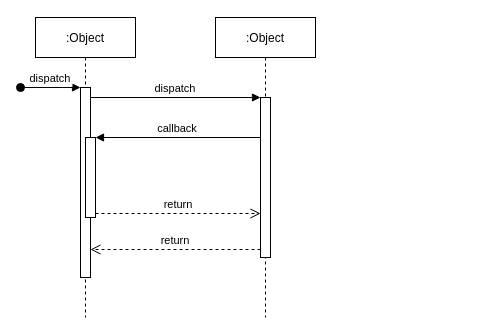
Above: 未命名绘图.drawio in wangchengxu/How-To-Ask-Questions-The-Smart-Way (draw.io), before the change. Source tidied: cells renumbered, new cells numbered last; positions are measured from the earlier drawing's top-left corner, leaving out a move shared by most shapes. Both pictures are drawn from the tidied source at 100%, with x=0, y=0 at pixel (20, 17).
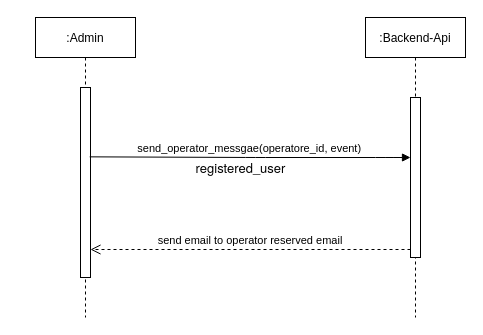
After the change.

Commit message (it also covers changes not shown here):
send operator message.drawio

Change to the diagram source:
```diff
@@
 <mxGraphModel>
   <root>
     <mxCell id="0" />
     <mxCell id="1" parent="0" />
-    <mxCell id="2" value=":Object" style="shape=umlLifeline;perimeter=lifelinePerimeter;rounded=0;shadow=0;strokeWidth=1;" parent="1" vertex="1">
+    <mxCell id="2" value=":Admin" style="shape=umlLifeline;perimeter=lifelinePerimeter;rounded=0;shadow=0;strokeWidth=1;" parent="1" vertex="1">
       <mxGeometry x="15" width="100" height="300" as="geometry" />
     </mxCell>
     <mxCell id="3" style="points=[];perimeter=orthogonalPerimeter;rounded=0;shadow=0;strokeWidth=1;" parent="2" vertex="1">
       <mxGeometry x="45" y="70" width="10" height="190" as="geometry" />
     </mxCell>
-    <mxCell id="4" value="dispatch" style="verticalAlign=bottom;startArrow=oval;endArrow=block;startSize=8;shadow=0;strokeWidth=1;" parent="2" edge="1" target="3">
-      <mxGeometry relative="1" as="geometry">
-        <mxPoint x="-15" y="70" as="sourcePoint" />
-      </mxGeometry>
-    </mxCell>
-    <mxCell id="5" style="points=[];perimeter=orthogonalPerimeter;rounded=0;shadow=0;strokeWidth=1;" parent="2" vertex="1">
-      <mxGeometry x="50" y="120" width="10" height="80" as="geometry" />
-    </mxCell>
-    <mxCell id="6" value=":Object" style="shape=umlLifeline;perimeter=lifelinePerimeter;rounded=0;shadow=0;strokeWidth=1;" parent="1" vertex="1">
-      <mxGeometry x="195" width="100" height="300" as="geometry" />
+    <mxCell id="6" value=":Backend-Api" style="shape=umlLifeline;perimeter=lifelinePerimeter;rounded=0;shadow=0;strokeWidth=1;" parent="1" vertex="1">
+      <mxGeometry x="345" width="100" height="300" as="geometry" />
     </mxCell>
     <mxCell id="7" style="points=[];perimeter=orthogonalPerimeter;rounded=0;shadow=0;strokeWidth=1;" parent="6" vertex="1">
       <mxGeometry x="45" y="80" width="10" height="160" as="geometry" />
     </mxCell>
-    <mxCell id="8" value="return" style="verticalAlign=bottom;endArrow=open;dashed=1;endSize=8;exitX=0;exitY=0.95;shadow=0;strokeWidth=1;" parent="1" edge="1" source="7" target="3">
+    <mxCell id="8" value="send email to operator reserved email" style="verticalAlign=bottom;endArrow=open;dashed=1;endSize=8;exitX=0;exitY=0.95;shadow=0;strokeWidth=1;" parent="1" edge="1" source="7" target="3">
       <mxGeometry relative="1" as="geometry" />
     </mxCell>
-    <mxCell id="9" value="dispatch" style="verticalAlign=bottom;endArrow=block;entryX=0;entryY=0;shadow=0;strokeWidth=1;" parent="1" edge="1" source="3" target="7">
-      <mxGeometry relative="1" as="geometry" />
+    <mxCell id="9" value="send_operator_messgae(operatore_id, event)" style="verticalAlign=bottom;endArrow=block;shadow=0;strokeWidth=1;exitX=0.92;exitY=0.365;exitDx=0;exitDy=0;exitPerimeter=0;" parent="1" edge="1" source="3" target="7">
+      <mxGeometry relative="1" as="geometry">
+        <Array as="points">
+          <mxPoint x="235" y="140" />
+          <mxPoint x="365" y="140" />
+        </Array>
+      </mxGeometry>
     </mxCell>
-    <mxCell id="10" value="callback" style="verticalAlign=bottom;endArrow=block;entryX=1;entryY=0;shadow=0;strokeWidth=1;" parent="1" edge="1" source="7" target="5">
-      <mxGeometry relative="1" as="geometry" />
-    </mxCell>
-    <mxCell id="11" value="return" style="verticalAlign=bottom;endArrow=open;dashed=1;endSize=8;exitX=1;exitY=0.95;shadow=0;strokeWidth=1;" parent="1" edge="1" source="5" target="7">
-      <mxGeometry relative="1" as="geometry" />
-    </mxCell>
+    <mxCell id="12" value="&lt;p style=&quot;margin: 0px; font-variant-numeric: normal; font-variant-east-asian: normal; font-stretch: normal; font-size: 13px; line-height: normal; font-family: &amp;quot;Helvetica Neue&amp;quot;; text-align: start;&quot; class=&quot;p1&quot;&gt;registered_user&lt;/p&gt;" style="text;html=1;align=center;verticalAlign=middle;strokeColor=none;fillColor=none;" parent="1" vertex="1">
+      <mxGeometry x="165" y="135" width="110" height="30" as="geometry" />
+    </mxCell>
   </root>
 </mxGraphModel>
```
